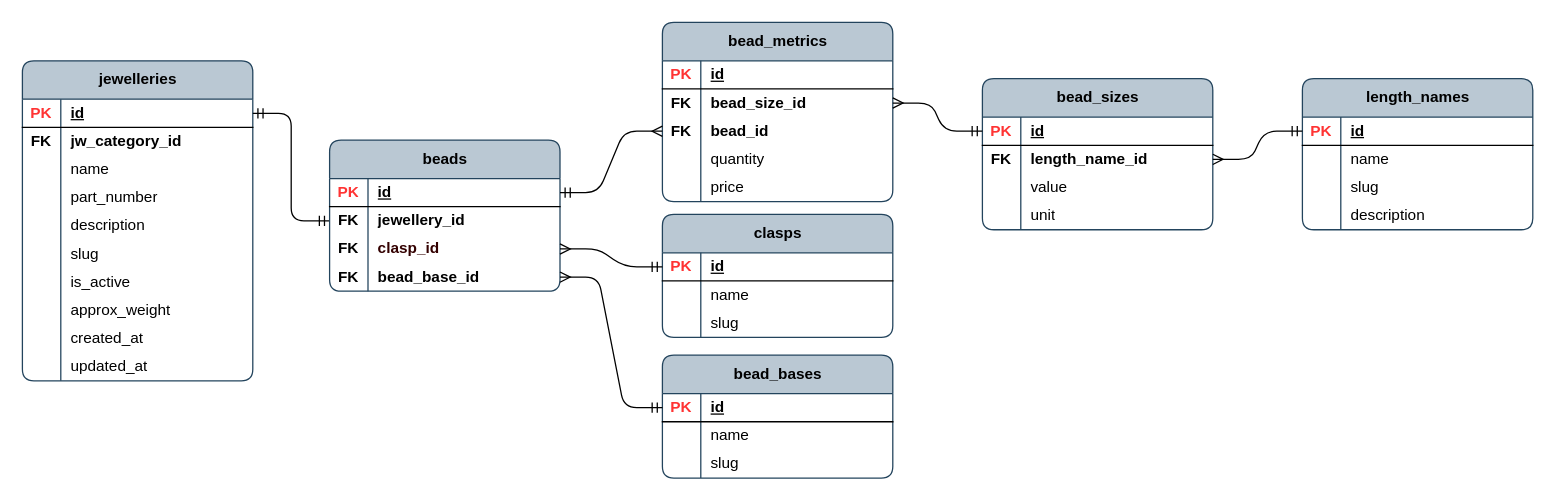
The draw.io diagram page "jw_bead_props" (12 of 14) of publisher/laravel-app/psql_jewellery_items.drawio in Local-development-environment/msg-brokers-publisher-consumer, before the edit. Source tidied: cells renumbered, new cells numbered last; positions are measured from the earlier drawing's top-left corner, leaving out a move shared by most shapes. Both pictures are drawn from the tidied source at 128%, with x=0, y=0 at pixel (22, 22).
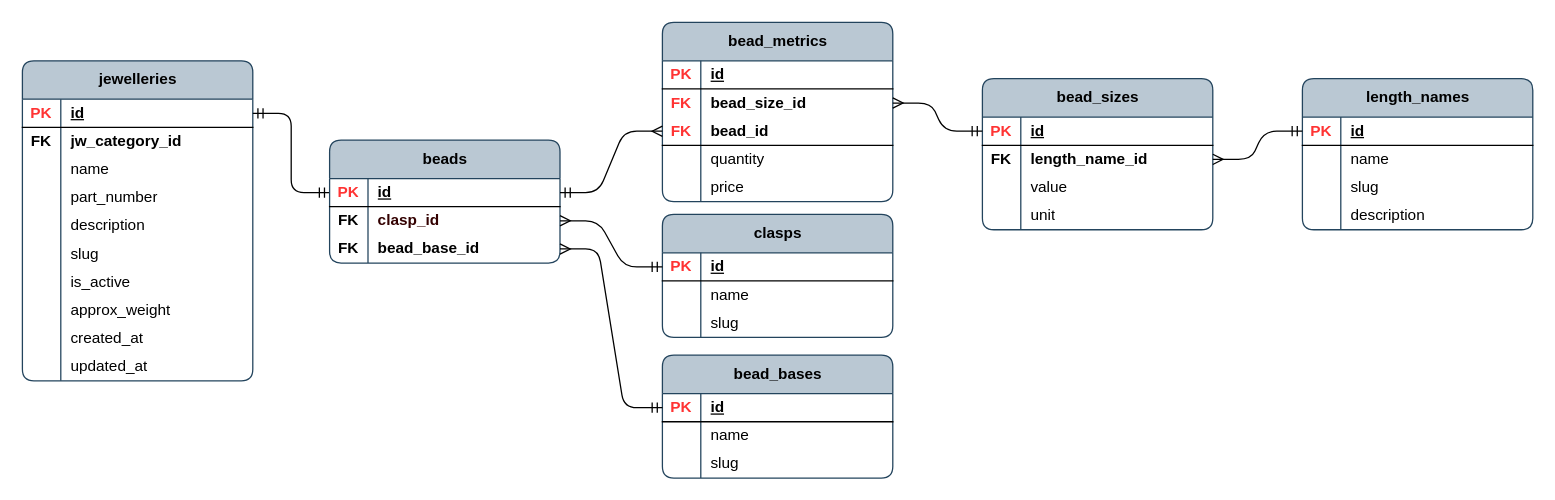
Above is the later version.

The change refers to these unchanged cells:
```xml
<mxCell id="3" style="shape=tableRow;horizontal=0;startSize=0;swimlaneHead=0;swimlaneBody=0;fillColor=none;points=[[0,0.5],[1,0.5]];portConstraint=eastwest;top=0;left=0;right=0;bottom=1;rounded=1;" parent="2" vertex="1">
  <mxGeometry y="30" width="180" height="22" as="geometry" />
</mxCell>
<mxCell id="35" style="shape=tableRow;horizontal=0;startSize=0;swimlaneHead=0;swimlaneBody=0;fillColor=none;points=[[0,0.5],[1,0.5]];portConstraint=eastwest;top=0;left=0;right=0;bottom=1;rounded=0;" parent="34" vertex="1">
  <mxGeometry y="30" width="180" height="22" as="geometry" />
</mxCell>
<mxCell id="47" value="bead_metrics" style="shape=table;startSize=30;childLayout=tableLayout;rowLines=0;fontStyle=1;align=center;html=1;rounded=1;swimlaneFillColor=none;fillColor=#bac8d3;strokeColor=#23445d;columnLines=1;arcSize=10;" parent="1" vertex="1">
  <mxGeometry x="500" width="180" height="140" as="geometry" />
</mxCell>
<mxCell id="51" style="shape=tableRow;horizontal=0;startSize=0;swimlaneHead=0;swimlaneBody=0;fillColor=none;points=[[0,0.5],[1,0.5]];portConstraint=eastwest;top=0;left=0;right=0;bottom=0;rounded=0;" parent="47" vertex="1">
  <mxGeometry y="52" width="180" height="22" as="geometry" />
</mxCell>
```

The edit, as a diff of the source:
```diff
@@
-    <mxCell id="33" style="edgeStyle=entityRelationEdgeStyle;fontSize=12;html=1;endArrow=ERmandOne;startArrow=ERmandOne;rounded=1;curved=0;entryX=0;entryY=0.5;entryDx=0;entryDy=0;exitX=1;exitY=0.5;exitDx=0;exitDy=0;" parent="1" edge="1" source="3" target="38">
+    <mxCell id="33" style="edgeStyle=entityRelationEdgeStyle;fontSize=12;html=1;endArrow=ERmandOne;startArrow=ERmandOne;rounded=1;curved=0;entryX=0;entryY=0.5;entryDx=0;entryDy=0;exitX=1;exitY=0.5;exitDx=0;exitDy=0;" parent="1" edge="1" source="3" target="35">
       <mxGeometry relative="1" as="geometry" />
     </mxCell>
     <mxCell id="34" value="beads" style="shape=table;startSize=30;childLayout=tableLayout;rowLines=0;fontStyle=1;align=center;html=1;rounded=1;swimlaneFillColor=none;fillColor=#bac8d3;strokeColor=#23445d;columnLines=1;arcSize=10;" parent="1" vertex="1">
-      <mxGeometry x="240" y="92" width="180" height="118" as="geometry" />
+      <mxGeometry x="240" y="92" width="180" height="96" as="geometry" />
     </mxCell>
@@
-    <mxCell id="38" style="shape=tableRow;horizontal=0;startSize=0;swimlaneHead=0;swimlaneBody=0;fillColor=none;points=[[0,0.5],[1,0.5]];portConstraint=eastwest;top=0;left=0;right=0;bottom=0;rounded=0;" parent="34" vertex="1">
-      <mxGeometry y="52" width="180" height="22" as="geometry" />
-    </mxCell>
-    <mxCell id="39" value="&lt;b&gt;FK&lt;/b&gt;" style="shape=partialRectangle;fillColor=none;top=0;left=0;bottom=0;right=0;overflow=hidden;whiteSpace=wrap;html=1;" parent="38" vertex="1">
-      <mxGeometry width="30" height="22" as="geometry" />
-    </mxCell>
-    <mxCell id="40" value="&lt;b&gt;jewellery_id&lt;/b&gt;" style="shape=partialRectangle;fillColor=none;top=0;left=0;bottom=0;right=0;align=left;spacingLeft=6;overflow=hidden;whiteSpace=wrap;html=1;" parent="38" vertex="1">
-      <mxGeometry x="30" width="150" height="22" as="geometry" />
-    </mxCell>
     <mxCell id="41" style="shape=tableRow;horizontal=0;startSize=0;swimlaneHead=0;swimlaneBody=0;fillColor=none;points=[[0,0.5],[1,0.5]];portConstraint=eastwest;top=0;left=0;right=0;bottom=0;rounded=0;" parent="34" vertex="1">
-      <mxGeometry y="74" width="180" height="22" as="geometry" />
+      <mxGeometry y="52" width="180" height="22" as="geometry" />
     </mxCell>
@@
     <mxCell id="44" style="shape=tableRow;horizontal=0;startSize=0;swimlaneHead=0;swimlaneBody=0;fillColor=none;points=[[0,0.5],[1,0.5]];portConstraint=eastwest;top=0;left=0;right=0;bottom=0;rounded=0;" parent="34" vertex="1">
-      <mxGeometry y="96" width="180" height="22" as="geometry" />
+      <mxGeometry y="74" width="180" height="22" as="geometry" />
     </mxCell>
@@
-    <mxCell id="52" value="&lt;b&gt;FK&lt;/b&gt;" style="shape=partialRectangle;fillColor=none;top=0;left=0;bottom=0;right=0;overflow=hidden;whiteSpace=wrap;html=1;" parent="51" vertex="1">
+    <mxCell id="52" value="&lt;b&gt;&lt;font style=&quot;color: rgb(255, 51, 51);&quot;&gt;FK&lt;/font&gt;&lt;/b&gt;" style="shape=partialRectangle;fillColor=none;top=0;left=0;bottom=0;right=0;overflow=hidden;whiteSpace=wrap;html=1;" parent="51" vertex="1">
       <mxGeometry width="30" height="22" as="geometry" />
     </mxCell>
@@
-    <mxCell id="54" style="shape=tableRow;horizontal=0;startSize=0;swimlaneHead=0;swimlaneBody=0;fillColor=none;points=[[0,0.5],[1,0.5]];portConstraint=eastwest;top=0;left=0;right=0;bottom=0;rounded=0;" parent="47" vertex="1">
+    <mxCell id="54" style="shape=tableRow;horizontal=0;startSize=0;swimlaneHead=0;swimlaneBody=0;fillColor=none;points=[[0,0.5],[1,0.5]];portConstraint=eastwest;top=0;left=0;right=0;bottom=1;rounded=0;" parent="47" vertex="1">
       <mxGeometry y="74" width="180" height="22" as="geometry" />
     </mxCell>
-    <mxCell id="55" value="&lt;b&gt;FK&lt;/b&gt;" style="shape=partialRectangle;fillColor=none;top=0;left=0;bottom=0;right=0;overflow=hidden;whiteSpace=wrap;html=1;" parent="54" vertex="1">
+    <mxCell id="55" value="&lt;b&gt;&lt;font style=&quot;color: rgb(255, 51, 51);&quot;&gt;FK&lt;/font&gt;&lt;/b&gt;" style="shape=partialRectangle;fillColor=none;top=0;left=0;bottom=0;right=0;overflow=hidden;whiteSpace=wrap;html=1;" parent="54" vertex="1">
       <mxGeometry width="30" height="22" as="geometry" />
     </mxCell>
```
